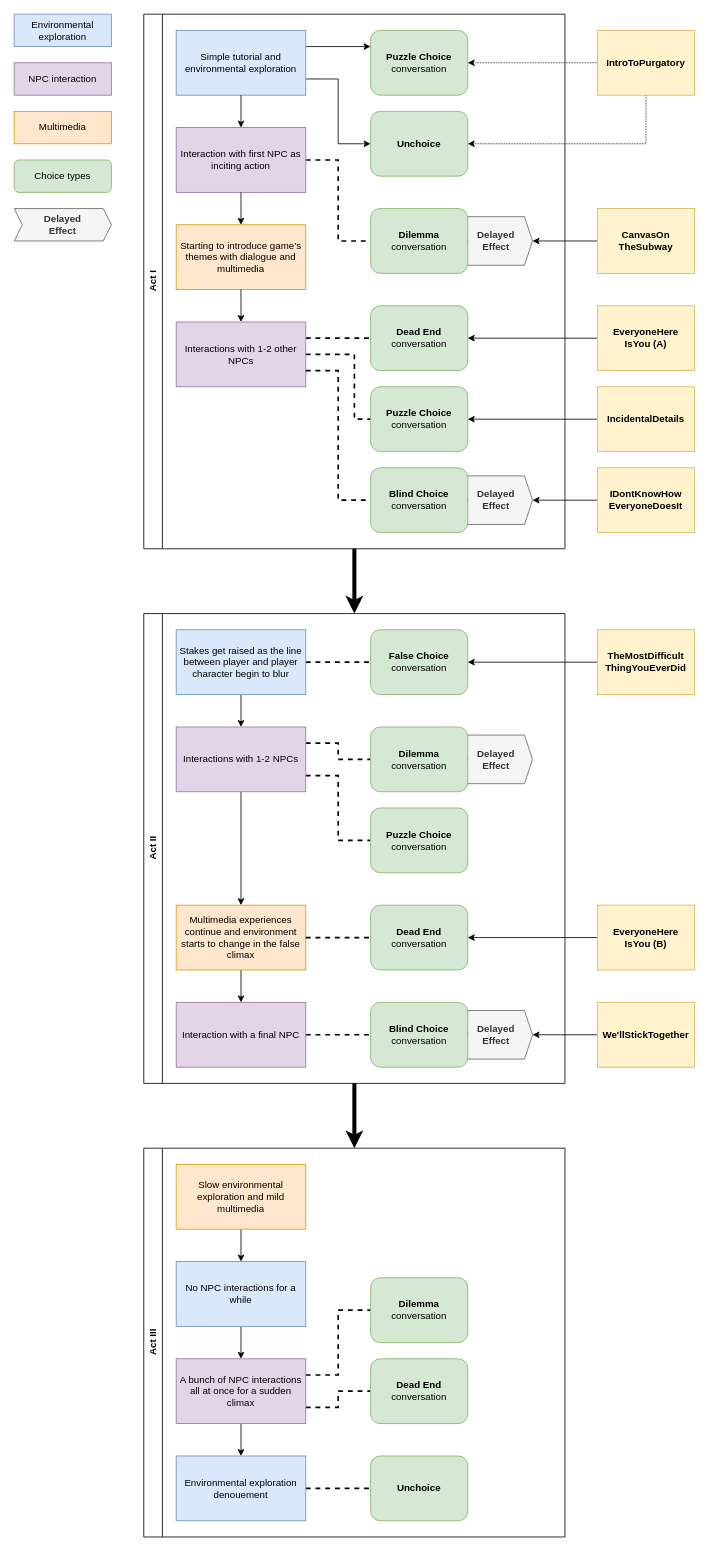
Earlier version of the draw.io diagram Assets/Conversations/PlotStructure.drawio (Owmacohe/UNDERSCORE). Source tidied: cells renumbered, new cells numbered last; positions are measured from the earlier drawing's top-left corner, leaving out a move shared by most shapes. Both pictures are drawn from the tidied source at 81%, with x=0, y=0 at pixel (14, 14).
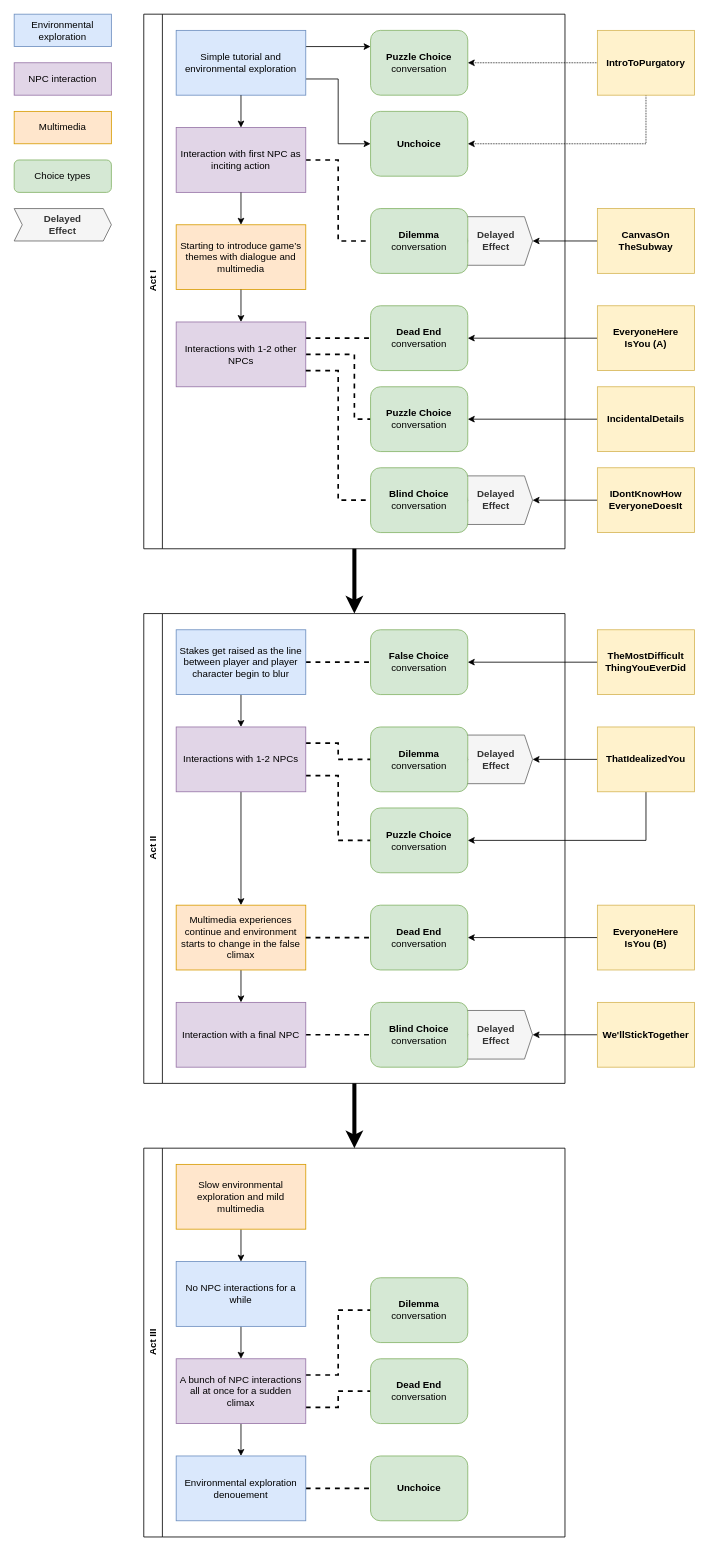
Above is the later version.

Unchanged cells that the change refers to:
```xml
<mxCell id="41" value="&lt;b&gt;Delayed&lt;br&gt;Effect&lt;/b&gt;" style="shape=step;perimeter=stepPerimeter;whiteSpace=wrap;html=1;fixedSize=1;size=10;fillColor=#f5f5f5;fontColor=#333333;strokeColor=#666666;" parent="26" vertex="1">
  <mxGeometry x="390" y="150" width="90" height="60" as="geometry" />
</mxCell>
<mxCell id="45" value="&lt;b&gt;Puzzle Choice&lt;br&gt;&lt;/b&gt;conversation" style="rounded=1;whiteSpace=wrap;html=1;fillColor=#d5e8d4;strokeColor=#82b366;" parent="26" vertex="1">
  <mxGeometry x="280" y="240" width="120" height="80" as="geometry" />
</mxCell>
```

The edit, as a diff of the source:
```diff
@@
+    <mxCell id="82" style="edgeStyle=orthogonalEdgeStyle;rounded=0;jettySize=auto;html=1;exitX=0.5;exitY=1;exitDx=0;exitDy=0;entryX=1;entryY=0.5;entryDx=0;entryDy=0;" parent="1" edge="1" source="84" target="45">
+      <mxGeometry relative="1" as="geometry" />
+    </mxCell>
+    <mxCell id="83" style="edgeStyle=orthogonalEdgeStyle;rounded=0;jettySize=auto;html=1;exitX=0;exitY=0.5;exitDx=0;exitDy=0;entryX=1;entryY=0.5;entryDx=0;entryDy=0;" parent="1" edge="1" source="84" target="41">
+      <mxGeometry relative="1" as="geometry" />
+    </mxCell>
+    <mxCell id="84" value="ThatIdealizedYou" style="rounded=0;whiteSpace=wrap;html=1;fillColor=#fff2cc;strokeColor=#d6b656;fontStyle=1;" parent="1" vertex="1">
+      <mxGeometry x="720" y="880" width="120" height="80" as="geometry" />
+    </mxCell>
```
